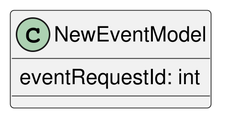
Before: img/new-event-model.png, a diagram exported from PlantUML (ai-shift/cyber-valley-tickets).
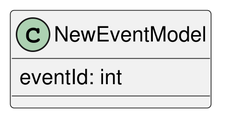
Above is the later version.

Change to the diagram source:
```diff
@@ -1,6 +1,6 @@
 @startuml
 skinparam Dpi 300
 class NewEventModel {
-  eventRequestId: int
+  eventId: int
 }
 @enduml
```
